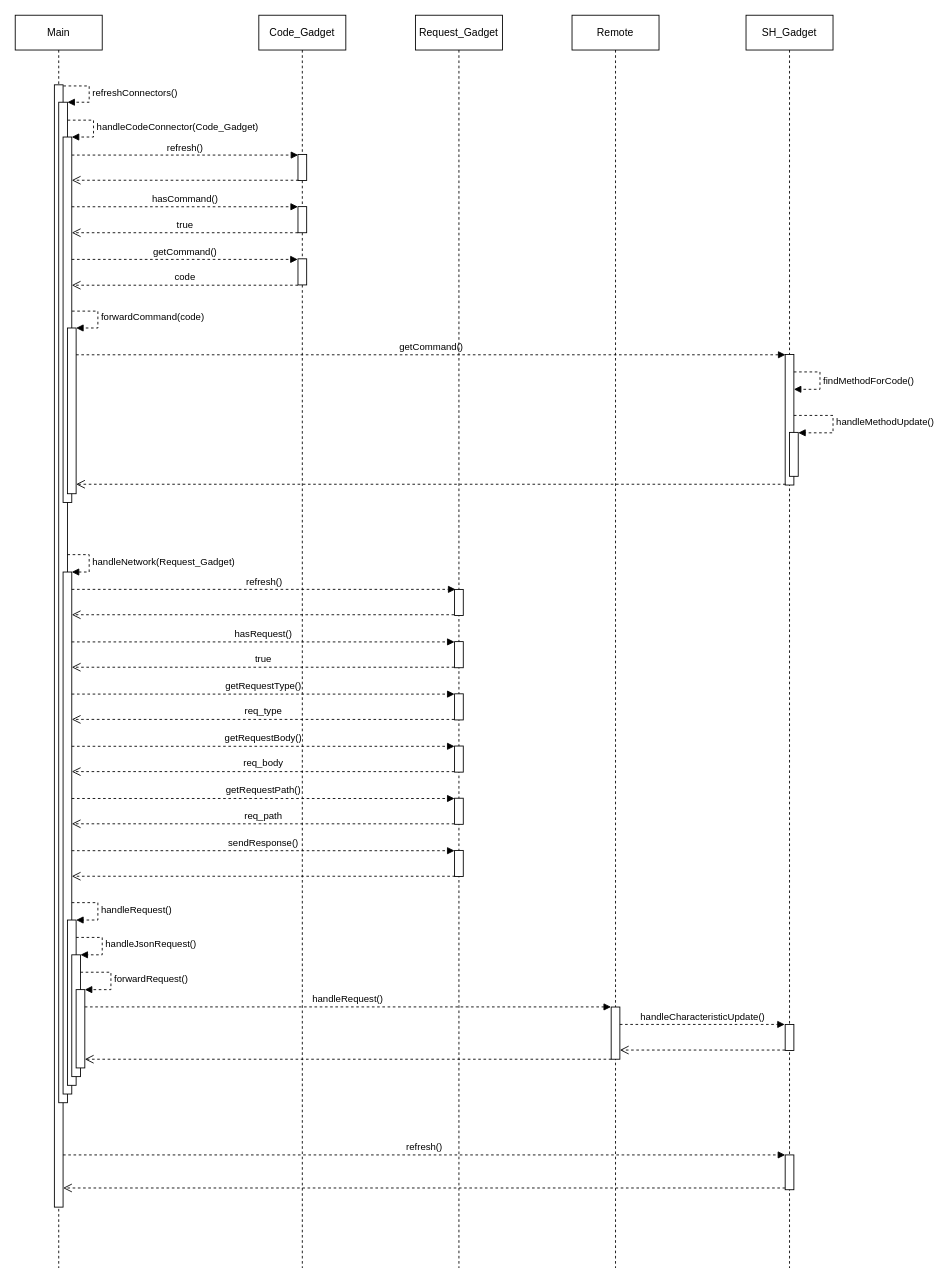
Before: page "Sequence Diagram" (2 of 4) of uml.drawio in johannesgrothe/Smarthome_ESP32, a draw.io diagram. Source tidied: cells renumbered, new cells numbered last; positions are measured from the earlier drawing's top-left corner, leaving out a move shared by most shapes. Both pictures are drawn from the tidied source at 87%, with x=0, y=0 at pixel (15, 15).
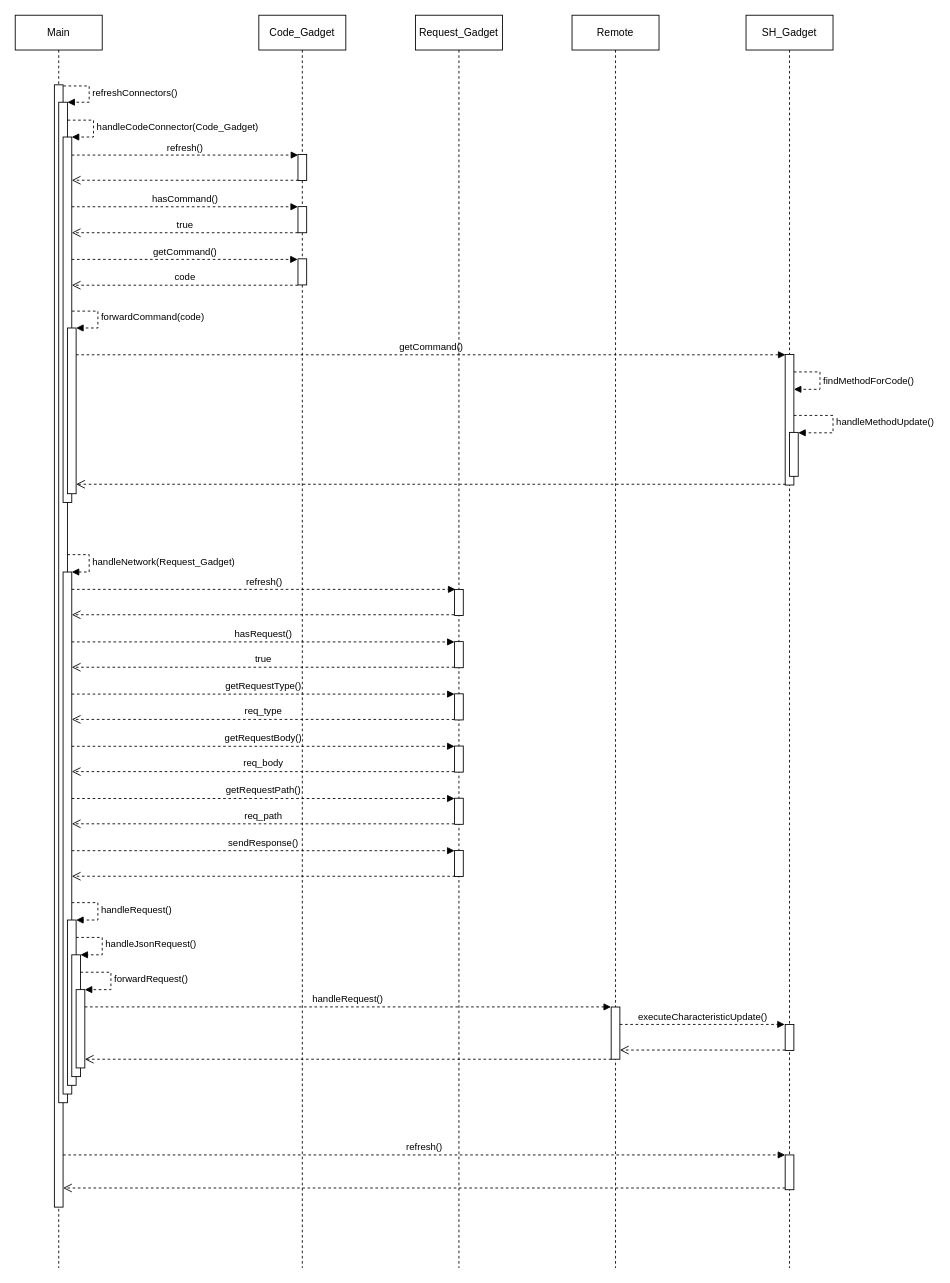
After the change.

The change refers to these unchanged cells:
```xml
<mxCell id="20" style="html=1;points=[];perimeter=orthogonalPerimeter;" parent="19" vertex="1">
  <mxGeometry x="45" y="1160" width="10" height="30" as="geometry" />
</mxCell>
<mxCell id="54" style="html=1;points=[];perimeter=orthogonalPerimeter;" parent="53" vertex="1">
  <mxGeometry x="45" y="1140" width="10" height="60" as="geometry" />
</mxCell>
```

Change to the diagram source:
```diff
@@
-    <mxCell id="55" value="handleCharacteristicUpdate()" style="html=1;verticalAlign=bottom;endArrow=block;dashed=1;entryX=-0.05;entryY=0;entryDx=0;entryDy=0;entryPerimeter=0;" parent="1" edge="1" source="54" target="20">
+    <mxCell id="55" value="executeCharacteristicUpdate()" style="html=1;verticalAlign=bottom;endArrow=block;dashed=1;entryX=-0.05;entryY=0;entryDx=0;entryDy=0;entryPerimeter=0;" parent="1" edge="1" source="54" target="20">
       <mxGeometry relative="1" as="geometry" />
     </mxCell>
```
